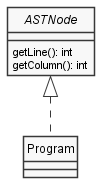
This is docs/diagrams/Program.png from JonathanAriass/dlp-examen, a PlantUML export, as it was before one commit.
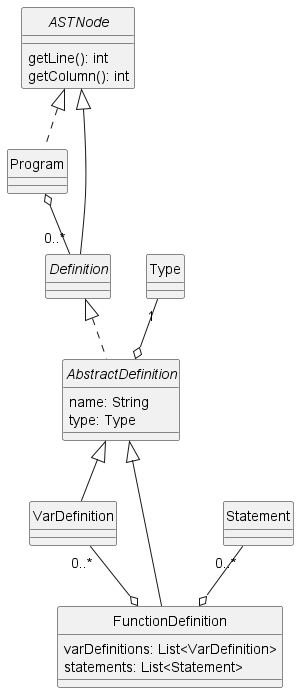
After the commit.

Diff of the diagram source:
```diff
@@ -10,6 +10,31 @@
 
 class Program
 
+interface Definition extends ASTNode{
+}
+
+abstract class AbstractDefinition implements Definition {
+    name: String
+    type: Type
+}
+
+
+class VarDefinition extends AbstractDefinition {
+}
+
+class FunctionDefinition extends AbstractDefinition {
+    varDefinitions: List<VarDefinition>
+    statements: List<Statement>
+}
+
+
 ASTNode <|.. Program
+Program o-- "0..*" Definition
+VarDefinition "0..*" --o FunctionDefinition
+Statement "0..*" --o FunctionDefinition
+Type "1" --o AbstractDefinition
+
+
+
 
 @enduml
```
